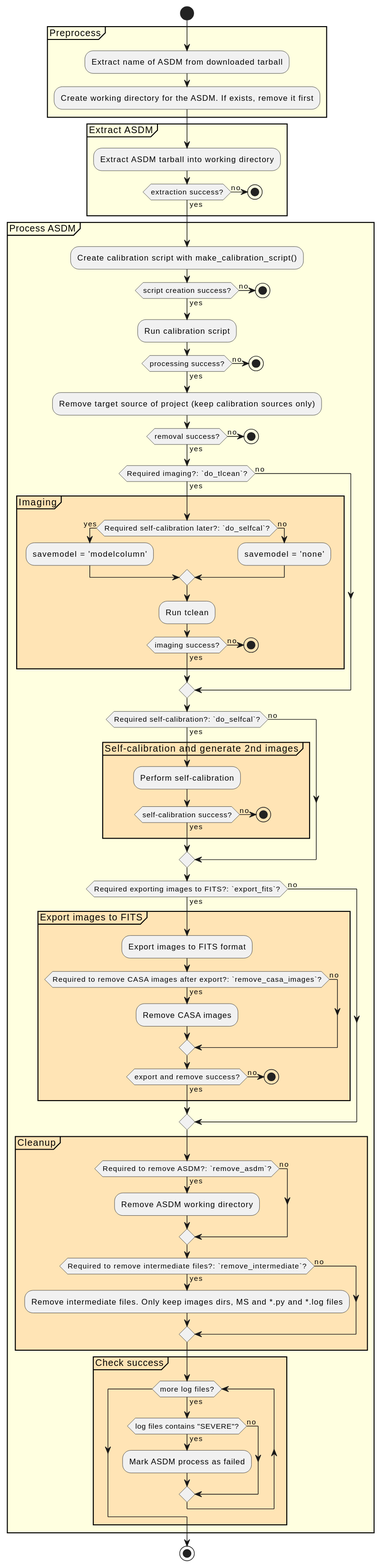
This is _images/L4-almaqso.Almaqso._process-activity.svg from akimasanishida/almaqso, a PlantUML export, as it was before one commit.
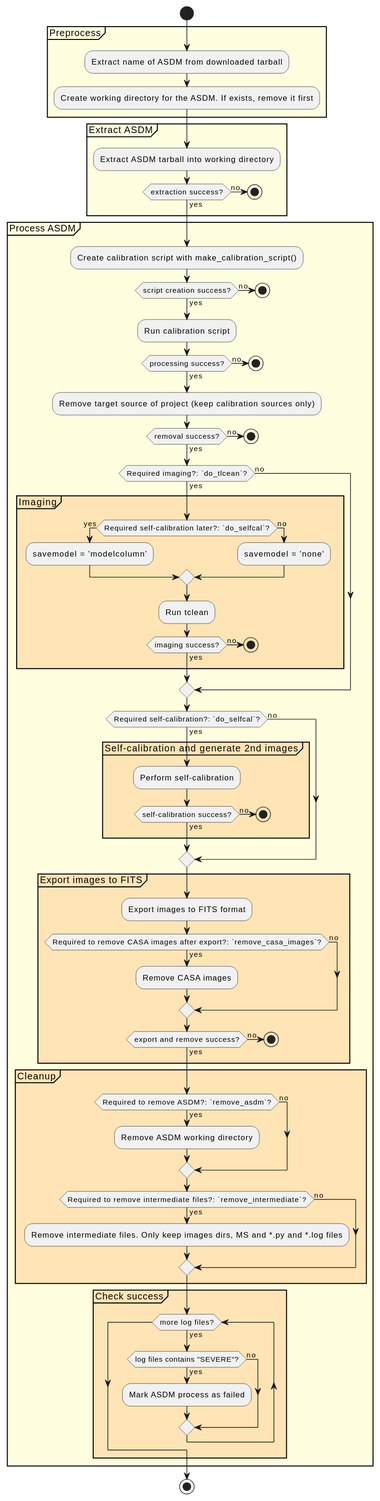
The same file after the commit.

What changed in the source:
```diff
@@ -57,20 +57,17 @@
     else (no)
     endif
 
-    if (Required exporting images to FITS?: `export_fits`?) then (yes)
-        partition "Export images to FITS" #Moccasin {
-            :Export images to FITS format;
-            if (Required to remove CASA images after export?: `remove_casa_images`?) then (yes)
-                :Remove CASA images;
-            else (no)
-            endif
-            if (export and remove success?) then (yes)
-            else (no)
-                stop
-            endif
-        }
-    else (no)
-    endif
+    partition "Export images to FITS" #Moccasin {
+        :Export images to FITS format;
+        if (Required to remove CASA images after export?: `remove_casa_images`?) then (yes)
+            :Remove CASA images;
+        else (no)
+        endif
+        if (export and remove success?) then (yes)
+        else (no)
+            stop
+        endif
+    }
 
     partition "Cleanup" #Moccasin {
         if (Required to remove ASDM?: `remove_asdm`?) then (yes)
```
